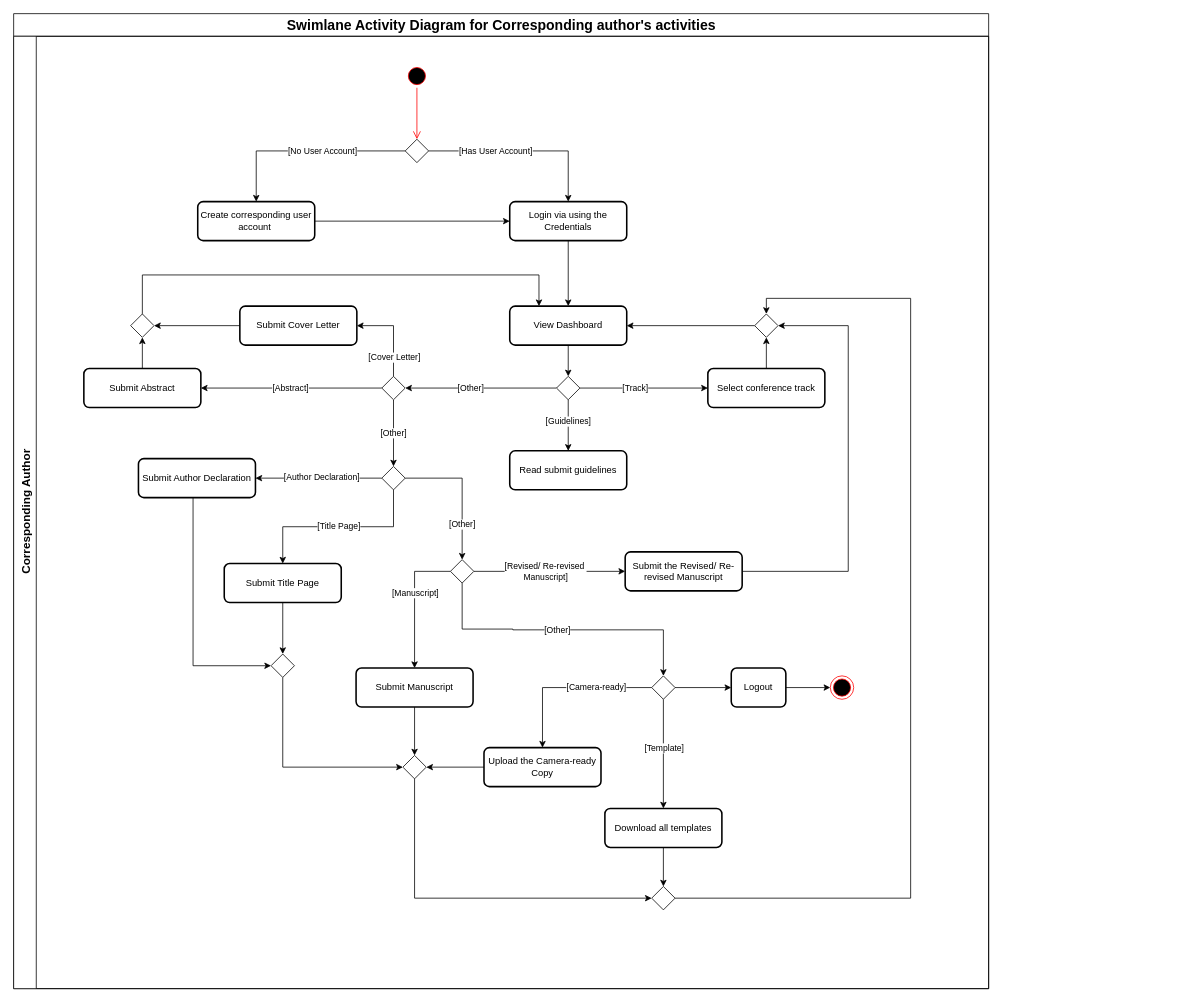
This is UML Diagram/Swimlane Activity Diagram for Actors in the Conference management system/Swimlane Activity Diagram for Corresponding Author_s Activities/V6(Abstract Level)/Swimlane Activity Diagram for Corresponding author's activities.drawio from KavinduAmalka/Conference-Management-System, a draw.io file, before an edit. Source tidied: cells renumbered, new cells numbered last; positions are measured from the earlier drawing's top-left corner, leaving out a move shared by most shapes. Both pictures are drawn from the tidied source at 78%, with x=0, y=0 at pixel (13, 13).
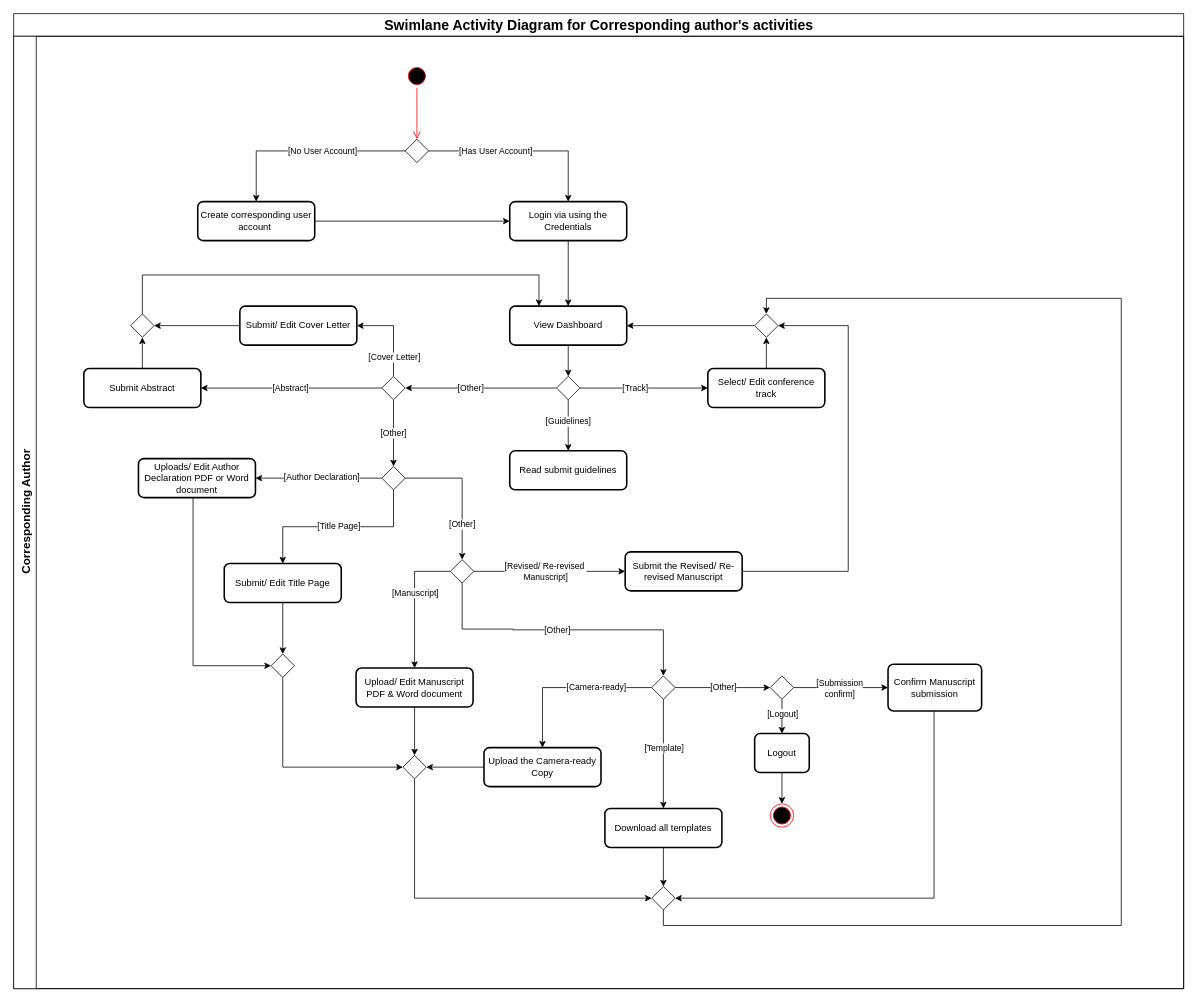
The same diagram, later.

Unchanged cells that the change refers to:
```xml
<mxCell id="61" style="rhombus;" parent="3" vertex="1">
  <mxGeometry x="950" y="356" width="30" height="30" as="geometry" />
</mxCell>
<mxCell id="71" style="rhombus;" parent="3" vertex="1">
  <mxGeometry x="818" y="820" width="30" height="30" as="geometry" />
</mxCell>
<mxCell id="79" style="rhombus;" parent="3" vertex="1">
  <mxGeometry x="818" y="1090" width="30" height="30" as="geometry" />
</mxCell>
```

What changed in the source:
```diff
@@
     <mxCell id="2" value="&lt;span style=&quot;font-size: 18px;&quot;&gt;Swimlane Activity Diagram for Corresponding author's activities&lt;/span&gt;" style="swimlane;horizontal=1;startSize=29;html=1;" parent="1" vertex="1">
-      <mxGeometry width="1250" height="1250" as="geometry" />
+      <mxGeometry width="1500" height="1250" as="geometry" />
     </mxCell>
     <mxCell id="3" value="&lt;font style=&quot;font-size: 15px;&quot;&gt;Corresponding Author&lt;/font&gt;" style="swimlane;startSize=29;horizontal=0;html=1;" parent="2" vertex="1">
-      <mxGeometry y="29" width="1250" height="1221" as="geometry" />
+      <mxGeometry y="29" width="1500" height="1221" as="geometry" />
     </mxCell>
@@
-    <mxCell id="25" value="Select conference track" style="rounded=1;whiteSpace=wrap;html=1;absoluteArcSize=1;arcSize=14;strokeWidth=2;" parent="3" vertex="1">
+    <mxCell id="25" value="Select/ Edit conference track" style="rounded=1;whiteSpace=wrap;html=1;absoluteArcSize=1;arcSize=14;strokeWidth=2;" parent="3" vertex="1">
       <mxGeometry x="890" y="426" width="150" height="50" as="geometry" />
     </mxCell>
@@
-    <mxCell id="34" value="Submit Cover Letter" style="rounded=1;whiteSpace=wrap;html=1;absoluteArcSize=1;arcSize=14;strokeWidth=2;" parent="3" vertex="1">
+    <mxCell id="34" value="Submit/ Edit Cover Letter" style="rounded=1;whiteSpace=wrap;html=1;absoluteArcSize=1;arcSize=14;strokeWidth=2;" parent="3" vertex="1">
       <mxGeometry x="290" y="346" width="150" height="50" as="geometry" />
     </mxCell>
@@
-    <mxCell id="45" value="Submit Author Declaration" style="rounded=1;whiteSpace=wrap;html=1;absoluteArcSize=1;arcSize=14;strokeWidth=2;" parent="3" vertex="1">
+    <mxCell id="45" value="Uploads/ Edit Author Declaration PDF or Word document" style="rounded=1;whiteSpace=wrap;html=1;absoluteArcSize=1;arcSize=14;strokeWidth=2;" parent="3" vertex="1">
       <mxGeometry x="160" y="541.5" width="150" height="50" as="geometry" />
     </mxCell>
@@
-    <mxCell id="47" value="Submit Title Page" style="rounded=1;whiteSpace=wrap;html=1;absoluteArcSize=1;arcSize=14;strokeWidth=2;" parent="3" vertex="1">
+    <mxCell id="47" value="Submit/ Edit Title Page" style="rounded=1;whiteSpace=wrap;html=1;absoluteArcSize=1;arcSize=14;strokeWidth=2;" parent="3" vertex="1">
       <mxGeometry x="270" y="676" width="150" height="50" as="geometry" />
     </mxCell>
@@
-    <mxCell id="56" value="Submit Manuscript" style="rounded=1;whiteSpace=wrap;html=1;absoluteArcSize=1;arcSize=14;strokeWidth=2;" parent="3" vertex="1">
+    <mxCell id="56" value="Upload/ Edit Manuscript PDF &amp;amp; Word document" style="rounded=1;whiteSpace=wrap;html=1;absoluteArcSize=1;arcSize=14;strokeWidth=2;" parent="3" vertex="1">
       <mxGeometry x="439" y="810" width="150" height="50" as="geometry" />
     </mxCell>
@@
-    <mxCell id="70" style="edgeStyle=orthogonalEdgeStyle;rounded=0;jettySize=auto;html=1;entryX=0;entryY=0.5;entryDx=0;entryDy=0;" parent="3" edge="1" source="71" target="81">
-      <mxGeometry relative="1" as="geometry" />
-    </mxCell>
+    <mxCell id="83" style="edgeStyle=orthogonalEdgeStyle;rounded=0;jettySize=auto;html=1;entryX=0;entryY=0.5;entryDx=0;entryDy=0;" parent="3" edge="1" source="71" target="89">
+      <mxGeometry relative="1" as="geometry" />
+    </mxCell>
+    <mxCell id="84" value="[Other]" style="edgeLabel;html=1;align=center;verticalAlign=middle;" parent="83" vertex="1">
+      <mxGeometry y="1" relative="1" as="geometry" />
+    </mxCell>
@@
-    <mxCell id="78" style="edgeStyle=orthogonalEdgeStyle;rounded=0;jettySize=auto;html=1;entryX=0.5;entryY=0;entryDx=0;entryDy=0;" parent="3" edge="1" source="79" target="61">
+    <mxCell id="78" style="edgeStyle=orthogonalEdgeStyle;rounded=0;jettySize=auto;html=1;entryX=0.5;entryY=0;entryDx=0;entryDy=0;exitX=0.5;exitY=1;exitDx=0;exitDy=0;" parent="3" edge="1" source="79" target="61">
       <mxGeometry relative="1" as="geometry">
         <Array as="points">
-          <mxPoint x="1150" y="1105" />
-          <mxPoint x="1150" y="336" />
+          <mxPoint x="833" y="1140" />
+          <mxPoint x="1420" y="1140" />
+          <mxPoint x="1420" y="336" />
           <mxPoint x="965" y="336" />
         </Array>
       </mxGeometry>
     </mxCell>
@@
-    <mxCell id="80" style="edgeStyle=orthogonalEdgeStyle;rounded=0;jettySize=auto;html=1;entryX=0;entryY=0.5;entryDx=0;entryDy=0;" parent="3" edge="1" source="81" target="82">
+    <mxCell id="80" style="edgeStyle=orthogonalEdgeStyle;rounded=0;jettySize=auto;html=1;entryX=0.5;entryY=0;entryDx=0;entryDy=0;" parent="3" edge="1" source="81" target="82">
       <mxGeometry relative="1" as="geometry" />
     </mxCell>
     <mxCell id="81" value="&lt;span style=&quot;font-family: Arial, sans-serif; white-space: pre-wrap;&quot;&gt;Logout&lt;/span&gt;" style="rounded=1;whiteSpace=wrap;html=1;absoluteArcSize=1;arcSize=14;strokeWidth=2;" parent="3" vertex="1">
-      <mxGeometry x="920" y="810" width="70" height="50" as="geometry" />
+      <mxGeometry x="950" y="894" width="70" height="50" as="geometry" />
     </mxCell>
     <mxCell id="82" style="ellipse;html=1;shape=endState;fillColor=#000000;strokeColor=#ff0000;" parent="3" vertex="1">
-      <mxGeometry x="1047" y="820" width="30" height="30" as="geometry" />
+      <mxGeometry x="970" y="984" width="30" height="30" as="geometry" />
     </mxCell>
+    <mxCell id="85" style="edgeStyle=orthogonalEdgeStyle;rounded=0;jettySize=auto;html=1;" parent="3" edge="1" source="89" target="81">
+      <mxGeometry relative="1" as="geometry" />
+    </mxCell>
+    <mxCell id="86" value="[Logout]" style="edgeLabel;html=1;align=center;verticalAlign=middle;" parent="85" vertex="1">
+      <mxGeometry x="-0.06" relative="1" as="geometry">
+        <mxPoint y="-3" as="offset" />
+      </mxGeometry>
+    </mxCell>
+    <mxCell id="87" style="edgeStyle=orthogonalEdgeStyle;rounded=0;jettySize=auto;html=1;entryX=0;entryY=0.5;entryDx=0;entryDy=0;" parent="3" edge="1" source="89" target="91">
+      <mxGeometry relative="1" as="geometry" />
+    </mxCell>
+    <mxCell id="88" value="[Submission&lt;div&gt;confirm]&lt;/div&gt;" style="edgeLabel;html=1;align=center;verticalAlign=middle;" parent="87" vertex="1">
+      <mxGeometry x="-0.13" relative="1" as="geometry">
+        <mxPoint x="5" as="offset" />
+      </mxGeometry>
+    </mxCell>
+    <mxCell id="89" style="rhombus;" parent="3" vertex="1">
+      <mxGeometry x="970" y="820" width="30" height="30" as="geometry" />
+    </mxCell>
+    <mxCell id="90" style="edgeStyle=orthogonalEdgeStyle;rounded=0;jettySize=auto;html=1;entryX=1;entryY=0.5;entryDx=0;entryDy=0;" parent="3" edge="1" source="91" target="79">
+      <mxGeometry relative="1" as="geometry">
+        <Array as="points">
+          <mxPoint x="1180" y="1105" />
+        </Array>
+      </mxGeometry>
+    </mxCell>
+    <mxCell id="91" value="Confirm Manuscript&lt;div&gt;submission&lt;/div&gt;" style="whiteSpace=wrap;html=1;rounded=1;absoluteArcSize=1;arcSize=14;strokeWidth=2;" parent="3" vertex="1">
+      <mxGeometry x="1121" y="805" width="120" height="60" as="geometry" />
+    </mxCell>
```
